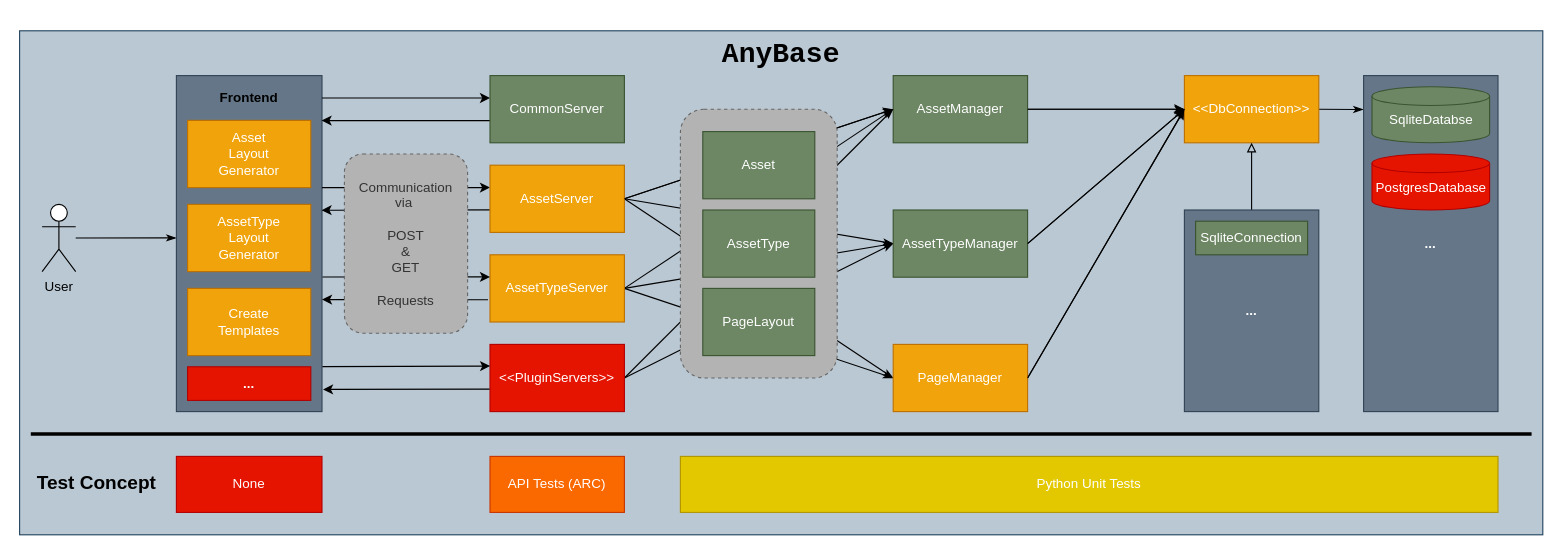
The draw.io diagram doc/graphics/AnyBase.drawio in PDT42/AnyBase, before the edit. Source tidied: cells renumbered, new cells numbered last; positions are measured from the earlier drawing's top-left corner, leaving out a move shared by most shapes. Both pictures are drawn from the tidied source at 112%, with x=0, y=0 at pixel (19, 30).
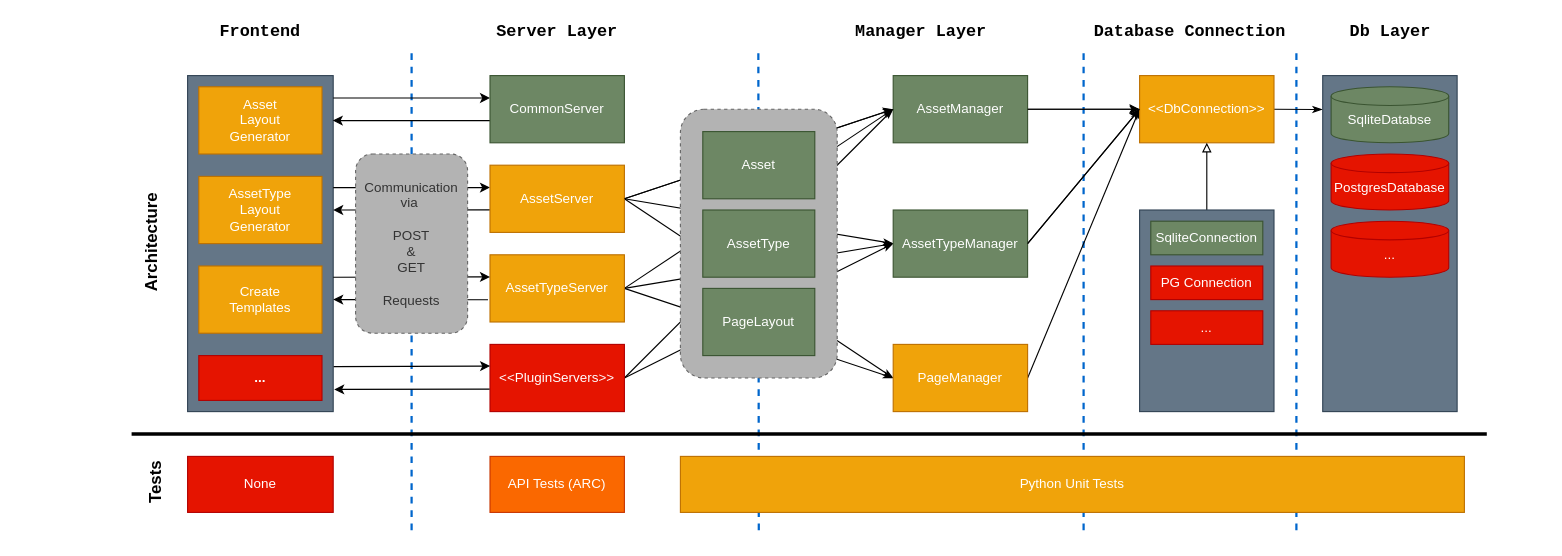
The same diagram, later.

The change refers to these unchanged cells:
```xml
<mxCell id="9" value="AssetTypeServer" style="rounded=0;whiteSpace=wrap;html=1;fillColor=#f0a30a;strokeColor=#BD7000;fontColor=#ffffff;" parent="1" vertex="1">
  <mxGeometry x="420" y="200" width="120" height="60" as="geometry" />
</mxCell>
<mxCell id="21" value="CommonServer" style="rounded=0;whiteSpace=wrap;html=1;fillColor=#6d8764;strokeColor=#3A5431;fontColor=#ffffff;" parent="1" vertex="1">
  <mxGeometry x="420" y="40" width="120" height="60" as="geometry" />
</mxCell>
<mxCell id="25" value="AssetServer" style="rounded=0;whiteSpace=wrap;html=1;fillColor=#f0a30a;strokeColor=#BD7000;fontColor=#ffffff;" parent="1" vertex="1">
  <mxGeometry x="420" y="120" width="120" height="60" as="geometry" />
</mxCell>
<mxCell id="30" value="AssetTypeManager" style="rounded=0;whiteSpace=wrap;html=1;fillColor=#6d8764;strokeColor=#3A5431;fontColor=#ffffff;" parent="1" vertex="1">
  <mxGeometry x="780" y="160" width="120" height="60" as="geometry" />
</mxCell>
```

What changed in the source:
```diff
@@
-    <mxCell id="2" style="rounded=0;whiteSpace=wrap;html=1;strokeWidth=1;fillColor=#bac8d3;fontSize=12;strokeColor=#23445d;" parent="1" vertex="1">
-      <mxGeometry width="1360" height="450" as="geometry" />
-    </mxCell>
-    <mxCell id="3" style="edgeStyle=none;rounded=0;jettySize=auto;html=1;entryX=-0.001;entryY=0.433;entryDx=0;entryDy=0;entryPerimeter=0;endArrow=classicThin;endFill=1;fontSize=12;" parent="1" edge="1" source="4">
-      <mxGeometry relative="1" as="geometry">
-        <mxPoint x="140" y="184.9" as="targetPoint" />
-      </mxGeometry>
-    </mxCell>
-    <mxCell id="4" value="User" style="shape=umlActor;verticalLabelPosition=bottom;verticalAlign=top;html=1;outlineConnect=0;" parent="1" vertex="1">
-      <mxGeometry x="20.1" y="155" width="30" height="60" as="geometry" />
-    </mxCell>
+    <mxCell id="60" style="endArrow=none;dashed=1;html=1;rounded=0;strokeWidth=2;strokeColor=#0066CC;" parent="1" edge="1">
+      <mxGeometry relative="1" as="geometry">
+        <mxPoint x="1140" y="20" as="sourcePoint" />
+        <mxPoint x="1140" y="450" as="targetPoint" />
+      </mxGeometry>
+    </mxCell>
+    <mxCell id="61" style="endArrow=none;dashed=1;html=1;rounded=0;strokeWidth=2;strokeColor=#0066CC;" parent="1" edge="1">
+      <mxGeometry relative="1" as="geometry">
+        <mxPoint x="950" y="20" as="sourcePoint" />
+        <mxPoint x="950" y="450" as="targetPoint" />
+      </mxGeometry>
+    </mxCell>
+    <mxCell id="62" style="endArrow=none;dashed=1;html=1;rounded=0;strokeWidth=2;strokeColor=#0066CC;" parent="1" edge="1">
+      <mxGeometry relative="1" as="geometry">
+        <mxPoint x="659.6" y="20" as="sourcePoint" />
+        <mxPoint x="660" y="450" as="targetPoint" />
+      </mxGeometry>
+    </mxCell>
+    <mxCell id="63" style="endArrow=none;dashed=1;html=1;rounded=0;strokeWidth=2;strokeColor=#0066CC;" parent="1" edge="1">
+      <mxGeometry relative="1" as="geometry">
+        <mxPoint x="350" y="20" as="sourcePoint" />
+        <mxPoint x="350" y="450" as="targetPoint" />
+      </mxGeometry>
+    </mxCell>
     <mxCell id="5" style="rounded=0;whiteSpace=wrap;html=1;labelPosition=center;verticalLabelPosition=middle;align=center;verticalAlign=middle;spacingTop=3;fillColor=#647687;strokeColor=#314354;fontColor=#ffffff;" parent="1" vertex="1">
-      <mxGeometry x="140" y="40" width="130" height="300" as="geometry" />
+      <mxGeometry x="150" y="40" width="130" height="300" as="geometry" />
     </mxCell>
@@
     <mxCell id="13" style="endArrow=classic;html=1;entryX=0;entryY=0.333;entryDx=0;entryDy=0;entryPerimeter=0;" parent="1" edge="1" target="21">
       <mxGeometry relative="1" as="geometry">
-        <mxPoint x="270" y="60" as="sourcePoint" />
+        <mxPoint x="280" y="60" as="sourcePoint" />
       </mxGeometry>
     </mxCell>
@@
     <mxCell id="15" style="endArrow=classic;html=1;entryX=0;entryY=0.333;entryDx=0;entryDy=0;entryPerimeter=0;" parent="1" edge="1" target="25">
       <mxGeometry relative="1" as="geometry">
-        <mxPoint x="270" y="140" as="sourcePoint" />
+        <mxPoint x="280" y="140" as="sourcePoint" />
       </mxGeometry>
     </mxCell>
-    <mxCell id="16" style="endArrow=classic;html=1;entryX=0.997;entryY=0.134;entryDx=0;entryDy=0;entryPerimeter=0;exitX=-0.001;exitY=0.665;exitDx=0;exitDy=0;exitPerimeter=0;" parent="1" edge="1" source="25">
+    <mxCell id="16" style="endArrow=classic;html=1;exitX=-0.001;exitY=0.665;exitDx=0;exitDy=0;exitPerimeter=0;" parent="1" edge="1" source="25">
       <mxGeometry relative="1" as="geometry">
-        <mxPoint x="269.6" y="160.2" as="targetPoint" />
+        <mxPoint x="280" y="160" as="targetPoint" />
       </mxGeometry>
     </mxCell>
     <mxCell id="17" style="endArrow=classic;html=1;entryX=0;entryY=0.329;entryDx=0;entryDy=0;entryPerimeter=0;" parent="1" edge="1" target="9">
       <mxGeometry relative="1" as="geometry">
-        <mxPoint x="270.4" y="219.8" as="sourcePoint" />
+        <mxPoint x="280" y="220" as="sourcePoint" />
       </mxGeometry>
     </mxCell>
-    <mxCell id="18" style="endArrow=classic;html=1;entryX=0.997;entryY=0.134;entryDx=0;entryDy=0;entryPerimeter=0;exitX=-0.015;exitY=0.668;exitDx=0;exitDy=0;exitPerimeter=0;" parent="1" edge="1" source="9">
+    <mxCell id="18" style="endArrow=classic;html=1;exitX=-0.015;exitY=0.668;exitDx=0;exitDy=0;exitPerimeter=0;" parent="1" edge="1" source="9">
       <mxGeometry relative="1" as="geometry">
-        <mxPoint x="270" y="240" as="targetPoint" />
+        <mxPoint x="280" y="240" as="targetPoint" />
       </mxGeometry>
     </mxCell>
@@
     <mxCell id="26" value="Communication&lt;br&gt;via&amp;nbsp;&lt;br&gt;&lt;br&gt;POST&lt;br&gt;&amp;amp;&lt;br&gt;GET&lt;br&gt;&lt;br&gt;Requests" style="rounded=1;whiteSpace=wrap;html=1;dashed=1;strokeColor=#666666;fontColor=#333333;fillColor=#B3B3B3;" parent="1" vertex="1">
-      <mxGeometry x="290" y="110" width="110" height="160" as="geometry" />
+      <mxGeometry x="300" y="110" width="100" height="160" as="geometry" />
     </mxCell>
@@
     <mxCell id="34" value="&amp;lt;&amp;lt;DbConnection&amp;gt;&amp;gt;" style="rounded=0;whiteSpace=wrap;html=1;fillColor=#f0a30a;strokeColor=#BD7000;fontColor=#ffffff;" parent="1" vertex="1">
-      <mxGeometry x="1040" y="40" width="120" height="60" as="geometry" />
+      <mxGeometry x="1000" y="40" width="120" height="60" as="geometry" />
     </mxCell>
@@
-    <mxCell id="36" value="&lt;b&gt;...&lt;/b&gt;" style="rounded=0;whiteSpace=wrap;html=1;fillColor=#647687;strokeColor=#314354;fontColor=#ffffff;" parent="1" vertex="1">
-      <mxGeometry x="1040" y="160" width="120" height="180" as="geometry" />
+    <mxCell id="36" style="rounded=0;whiteSpace=wrap;html=1;fillColor=#647687;strokeColor=#314354;fontColor=#ffffff;" parent="1" vertex="1">
+      <mxGeometry x="1000" y="160" width="120" height="180" as="geometry" />
     </mxCell>
     <mxCell id="37" value="SqliteConnection" style="rounded=0;whiteSpace=wrap;html=1;fillColor=#6d8764;strokeColor=#3A5431;fontColor=#ffffff;" parent="1" vertex="1">
-      <mxGeometry x="1050" y="170" width="100" height="30" as="geometry" />
+      <mxGeometry x="1010" y="170" width="100" height="30" as="geometry" />
     </mxCell>
-    <mxCell id="38" style="edgeStyle=none;rounded=0;orthogonalLoop=1;jettySize=auto;html=1;exitX=1;exitY=0.5;exitDx=0;exitDy=0;entryX=0;entryY=0.5;entryDx=0;entryDy=0;endArrow=classicThin;endFill=1;" parent="1" edge="1">
+    <mxCell id="38" style="edgeStyle=none;rounded=0;orthogonalLoop=1;jettySize=auto;html=1;endArrow=classicThin;endFill=1;" parent="1" edge="1">
       <mxGeometry relative="1" as="geometry">
         <mxPoint x="900" y="70" as="sourcePoint" />
-        <mxPoint x="1040" y="70" as="targetPoint" />
+        <mxPoint x="1000" y="70" as="targetPoint" />
       </mxGeometry>
     </mxCell>
-    <mxCell id="39" style="edgeStyle=none;rounded=0;orthogonalLoop=1;jettySize=auto;html=1;exitX=1;exitY=0.5;exitDx=0;exitDy=0;entryX=0;entryY=0.5;entryDx=0;entryDy=0;endArrow=classicThin;endFill=1;" parent="1" edge="1">
-      <mxGeometry relative="1" as="geometry">
-        <mxPoint x="900" y="190" as="sourcePoint" />
-        <mxPoint x="1040" y="70" as="targetPoint" />
-      </mxGeometry>
+    <mxCell id="39" style="edgeStyle=none;rounded=0;jettySize=auto;html=1;exitX=1;exitY=0.5;exitDx=0;exitDy=0;entryX=0;entryY=0.5;entryDx=0;entryDy=0;endArrow=classicThin;endFill=1;" parent="1" edge="1" source="30" target="34">
+      <mxGeometry relative="1" as="geometry" />
     </mxCell>
-    <mxCell id="40" style="edgeStyle=none;rounded=0;orthogonalLoop=1;jettySize=auto;html=1;exitX=1;exitY=0.5;exitDx=0;exitDy=0;entryX=0;entryY=0.5;entryDx=0;entryDy=0;endArrow=classicThin;endFill=1;" parent="1" edge="1">
-      <mxGeometry relative="1" as="geometry">
-        <mxPoint x="900" y="310" as="sourcePoint" />
-        <mxPoint x="1040" y="70" as="targetPoint" />
-      </mxGeometry>
-    </mxCell>
@@
-    <mxCell id="42" value="&lt;b&gt;...&lt;/b&gt;" style="rounded=0;whiteSpace=wrap;html=1;fontSize=12;fillColor=#647687;strokeColor=#314354;fontColor=#ffffff;" parent="1" vertex="1">
-      <mxGeometry x="1200" y="40" width="120" height="300" as="geometry" />
+    <mxCell id="42" style="rounded=0;whiteSpace=wrap;html=1;fontSize=12;fillColor=#647687;strokeColor=#314354;fontColor=#ffffff;" parent="1" vertex="1">
+      <mxGeometry x="1163.5" y="40" width="120" height="300" as="geometry" />
     </mxCell>
     <mxCell id="43" value="SqliteDatabse" style="strokeWidth=1;html=1;shape=mxgraph.flowchart.database;whiteSpace=wrap;verticalAlign=middle;fontSize=12;labelPosition=center;verticalLabelPosition=middle;align=center;spacingTop=10;fillColor=#6d8764;strokeColor=#3A5431;fontColor=#ffffff;" parent="1" vertex="1">
-      <mxGeometry x="1207.5" y="50" width="105" height="50" as="geometry" />
+      <mxGeometry x="1171" y="50" width="105" height="50" as="geometry" />
     </mxCell>
-    <mxCell id="44" value="Frontend" style="text;html=1;strokeColor=none;fillColor=none;align=center;verticalAlign=middle;whiteSpace=wrap;rounded=0;fontSize=12;fontStyle=1;" parent="1" vertex="1">
-      <mxGeometry x="185" y="50" width="40" height="20" as="geometry" />
+    <mxCell id="44" value="&lt;font face=&quot;Courier New&quot; style=&quot;font-size: 15px;&quot;&gt;Frontend&lt;/font&gt;" style="text;html=1;strokeColor=none;fillColor=none;align=center;verticalAlign=middle;whiteSpace=wrap;rounded=0;fontSize=15;fontStyle=1;" parent="1" vertex="1">
+      <mxGeometry x="150" y="-10" width="130" height="20" as="geometry" />
     </mxCell>
@@
     <mxCell id="49" value="Asset&lt;br&gt;Layout&lt;br&gt;Generator" style="rounded=0;whiteSpace=wrap;html=1;strokeWidth=1;fontSize=12;fillColor=#f0a30a;strokeColor=#BD7000;fontColor=#ffffff;" parent="1" vertex="1">
-      <mxGeometry x="150" y="80" width="110" height="60" as="geometry" />
+      <mxGeometry x="160" y="50" width="110" height="60" as="geometry" />
     </mxCell>
     <mxCell id="50" value="AssetType&lt;br&gt;Layout&lt;br&gt;Generator" style="rounded=0;whiteSpace=wrap;html=1;strokeWidth=1;fontSize=12;fillColor=#f0a30a;strokeColor=#BD7000;fontColor=#ffffff;" parent="1" vertex="1">
-      <mxGeometry x="150" y="155" width="110" height="60" as="geometry" />
+      <mxGeometry x="160" y="130" width="110" height="60" as="geometry" />
     </mxCell>
     <mxCell id="51" value="Create&lt;br&gt;Templates" style="rounded=0;whiteSpace=wrap;html=1;strokeWidth=1;fontSize=12;fillColor=#f0a30a;strokeColor=#BD7000;fontColor=#ffffff;" parent="1" vertex="1">
-      <mxGeometry x="150" y="230" width="110" height="60" as="geometry" />
+      <mxGeometry x="160" y="210" width="110" height="60" as="geometry" />
     </mxCell>
     <mxCell id="52" value="&lt;b&gt;...&lt;/b&gt;" style="rounded=0;whiteSpace=wrap;html=1;strokeWidth=1;fontSize=12;fillColor=#e51400;strokeColor=#B20000;fontColor=#ffffff;" parent="1" vertex="1">
-      <mxGeometry x="150" y="300" width="110" height="30" as="geometry" />
+      <mxGeometry x="160" y="290" width="110" height="40" as="geometry" />
     </mxCell>
     <mxCell id="53" value="PostgresDatabase" style="strokeWidth=1;html=1;shape=mxgraph.flowchart.database;whiteSpace=wrap;verticalAlign=middle;fontSize=12;labelPosition=center;verticalLabelPosition=middle;align=center;spacingTop=10;fillColor=#e51400;strokeColor=#B20000;fontColor=#ffffff;" parent="1" vertex="1">
-      <mxGeometry x="1207.5" y="110" width="105" height="50" as="geometry" />
+      <mxGeometry x="1171" y="110" width="105" height="50" as="geometry" />
     </mxCell>
     <mxCell id="54" value="None" style="rounded=0;whiteSpace=wrap;html=1;strokeWidth=1;fillColor=#e51400;fontSize=12;strokeColor=#B20000;fontColor=#ffffff;" parent="1" vertex="1">
-      <mxGeometry x="140" y="380" width="130" height="50" as="geometry" />
+      <mxGeometry x="150" y="380" width="130" height="50" as="geometry" />
     </mxCell>
-    <mxCell id="55" value="&lt;b&gt;&lt;font style=&quot;font-size: 17px&quot;&gt;Test Concept&lt;/font&gt;&lt;/b&gt;" style="text;html=1;strokeColor=none;fillColor=none;align=center;verticalAlign=middle;whiteSpace=wrap;rounded=0;fontSize=12;" parent="1" vertex="1">
-      <mxGeometry x="10" y="395" width="117.5" height="20" as="geometry" />
-    </mxCell>
     <mxCell id="56" style="endArrow=none;html=1;fontSize=12;strokeWidth=3;" parent="1" edge="1">
       <mxGeometry relative="1" as="geometry">
-        <mxPoint x="10" y="360" as="sourcePoint" />
-        <mxPoint x="1350" y="360" as="targetPoint" />
+        <mxPoint x="100" y="360" as="sourcePoint" />
+        <mxPoint x="1310" y="360" as="targetPoint" />
       </mxGeometry>
     </mxCell>
@@
-    <mxCell id="58" value="Python Unit Tests" style="rounded=0;whiteSpace=wrap;html=1;strokeWidth=1;fillColor=#e3c800;fontSize=12;strokeColor=#B09500;fontColor=#ffffff;" parent="1" vertex="1">
-      <mxGeometry x="590" y="380" width="730" height="50" as="geometry" />
+    <mxCell id="58" value="Python Unit Tests" style="rounded=0;whiteSpace=wrap;html=1;strokeWidth=1;fillColor=#f0a30a;fontSize=12;strokeColor=#BD7000;fontColor=#ffffff;" parent="1" vertex="1">
+      <mxGeometry x="590" y="380" width="700" height="50" as="geometry" />
     </mxCell>
-    <mxCell id="59" value="&lt;span style=&quot;font-size: 25px&quot;&gt;&lt;b&gt;&lt;font face=&quot;Courier New&quot;&gt;AnyBase&lt;/font&gt;&lt;/b&gt;&lt;br&gt;&lt;/span&gt;" style="text;html=1;strokeColor=none;fillColor=none;align=center;verticalAlign=middle;whiteSpace=wrap;rounded=0;fontSize=12;" parent="1" vertex="1">
-      <mxGeometry x="660" y="10" width="40" height="20" as="geometry" />
-    </mxCell>
+    <mxCell id="64" value="PG Connection" style="rounded=0;whiteSpace=wrap;html=1;fillColor=#e51400;strokeColor=#B20000;fontColor=#ffffff;" parent="1" vertex="1">
+      <mxGeometry x="1010" y="210" width="100" height="30" as="geometry" />
+    </mxCell>
+    <mxCell id="65" value="..." style="rounded=0;whiteSpace=wrap;html=1;fillColor=#e51400;strokeColor=#B20000;fontColor=#ffffff;" parent="1" vertex="1">
+      <mxGeometry x="1010" y="250" width="100" height="30" as="geometry" />
+    </mxCell>
+    <mxCell id="66" value="..." style="strokeWidth=1;html=1;shape=mxgraph.flowchart.database;whiteSpace=wrap;verticalAlign=middle;fontSize=12;labelPosition=center;verticalLabelPosition=middle;align=center;spacingTop=10;fillColor=#e51400;strokeColor=#B20000;fontColor=#ffffff;" parent="1" vertex="1">
+      <mxGeometry x="1171" y="170" width="105" height="50" as="geometry" />
+    </mxCell>
+    <mxCell id="67" value="Architecture" style="text;html=1;strokeColor=none;fillColor=none;align=center;verticalAlign=middle;whiteSpace=wrap;rounded=0;rotation=-90;fontStyle=1;fontSize=15;" parent="1" vertex="1">
+      <mxGeometry x="-34.4" y="171.9" width="303.8" height="35" as="geometry" />
+    </mxCell>
+    <mxCell id="68" value="Tests" style="text;html=1;strokeColor=none;fillColor=none;align=center;verticalAlign=middle;whiteSpace=wrap;rounded=0;fontSize=15;rotation=-90;fontStyle=1;" parent="1" vertex="1">
+      <mxGeometry x="87.9" y="385.6" width="65.2" height="35" as="geometry" />
+    </mxCell>
+    <mxCell id="69" value="&lt;font face=&quot;Courier New&quot;&gt;Server Layer&lt;/font&gt;" style="text;html=1;strokeColor=none;fillColor=none;align=center;verticalAlign=middle;whiteSpace=wrap;rounded=0;fontSize=15;fontStyle=1;" parent="1" vertex="1">
+      <mxGeometry x="420" y="-10" width="120" height="20" as="geometry" />
+    </mxCell>
+    <mxCell id="70" value="&lt;font face=&quot;Courier New&quot;&gt;Manager Layer&lt;/font&gt;" style="text;html=1;strokeColor=none;fillColor=none;align=center;verticalAlign=middle;whiteSpace=wrap;rounded=0;fontSize=15;fontStyle=1;" parent="1" vertex="1">
+      <mxGeometry x="660" y="-10" width="290" height="20" as="geometry" />
+    </mxCell>
+    <mxCell id="71" value="&lt;font face=&quot;Courier New&quot;&gt;Database Connection&lt;/font&gt;" style="text;html=1;strokeColor=none;fillColor=none;align=center;verticalAlign=middle;whiteSpace=wrap;rounded=0;fontSize=15;fontStyle=1;" parent="1" vertex="1">
+      <mxGeometry x="950" y="-10" width="190" height="20" as="geometry" />
+    </mxCell>
+    <mxCell id="72" value="&lt;font face=&quot;Courier New&quot;&gt;Db Layer&lt;/font&gt;" style="text;html=1;strokeColor=none;fillColor=none;align=center;verticalAlign=middle;whiteSpace=wrap;rounded=0;fontSize=15;fontStyle=1;" parent="1" vertex="1">
+      <mxGeometry x="1163.5" y="-10" width="120" height="20" as="geometry" />
+    </mxCell>
```
